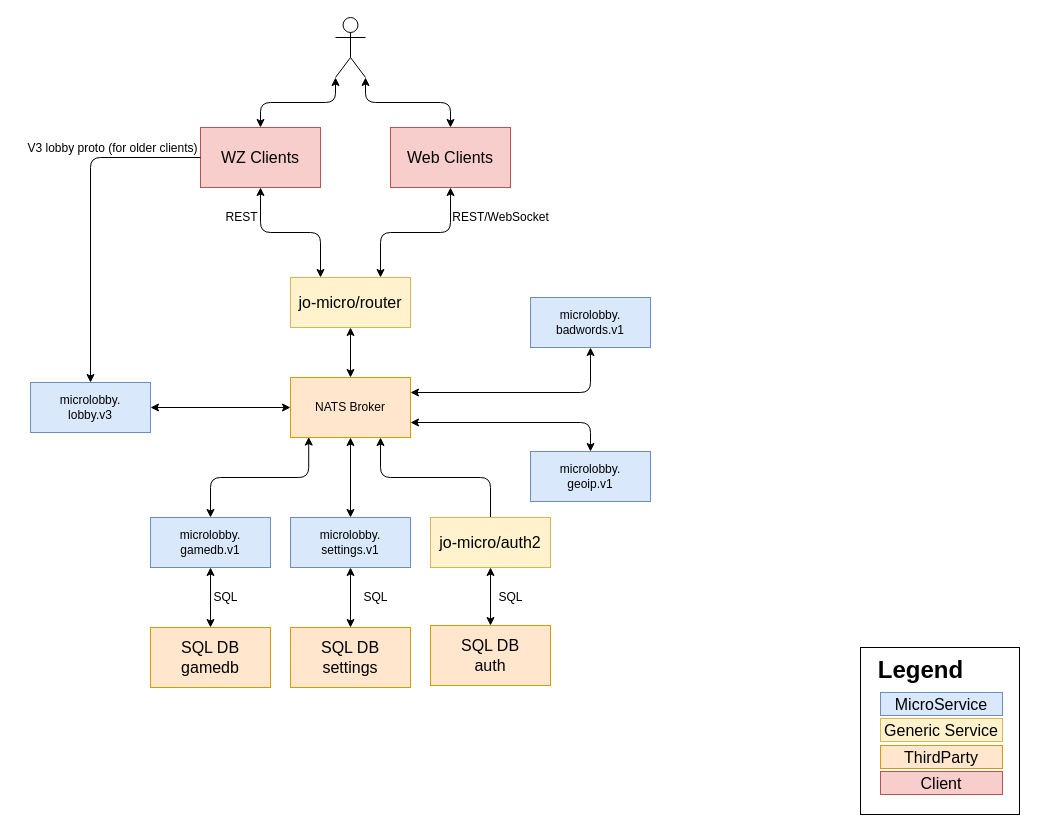
The draw.io diagram docs/micro-service-architecture.drawio in jochumdev/microlobby, before the edit. Source tidied: cells renumbered, new cells numbered last; positions are measured from the earlier drawing's top-left corner, leaving out a move shared by most shapes. Both pictures are drawn from the tidied source at 100%, with x=0, y=0 at pixel (17, 17).
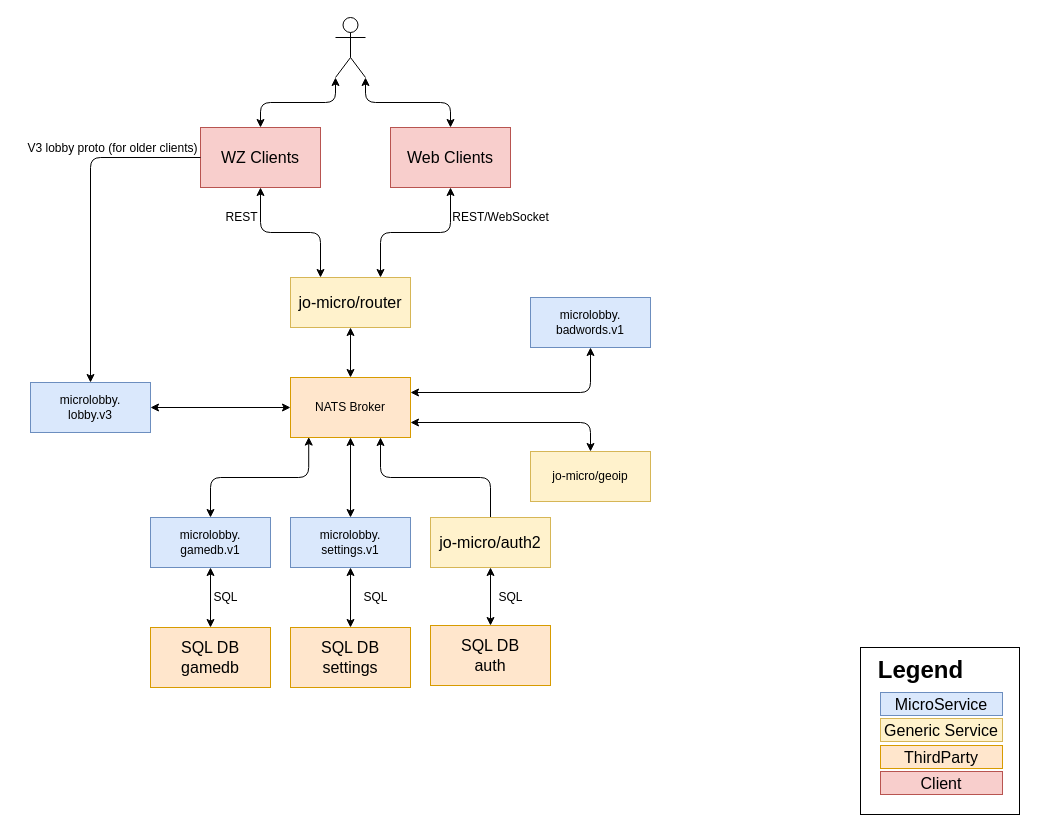
The same page after the edit.

What changed in the source:
```diff
@@
-    <mxCell id="42" value="microlobby.&lt;br&gt;geoip.v1" style="rounded=0;whiteSpace=wrap;html=1;fillColor=#dae8fc;strokeColor=#6c8ebf;" parent="1" vertex="1">
+    <mxCell id="42" value="jo-micro/geoip" style="rounded=0;whiteSpace=wrap;html=1;fillColor=#fff2cc;strokeColor=#d6b656;" parent="1" vertex="1">
       <mxGeometry x="513" y="434" width="120" height="50" as="geometry" />
     </mxCell>
```
